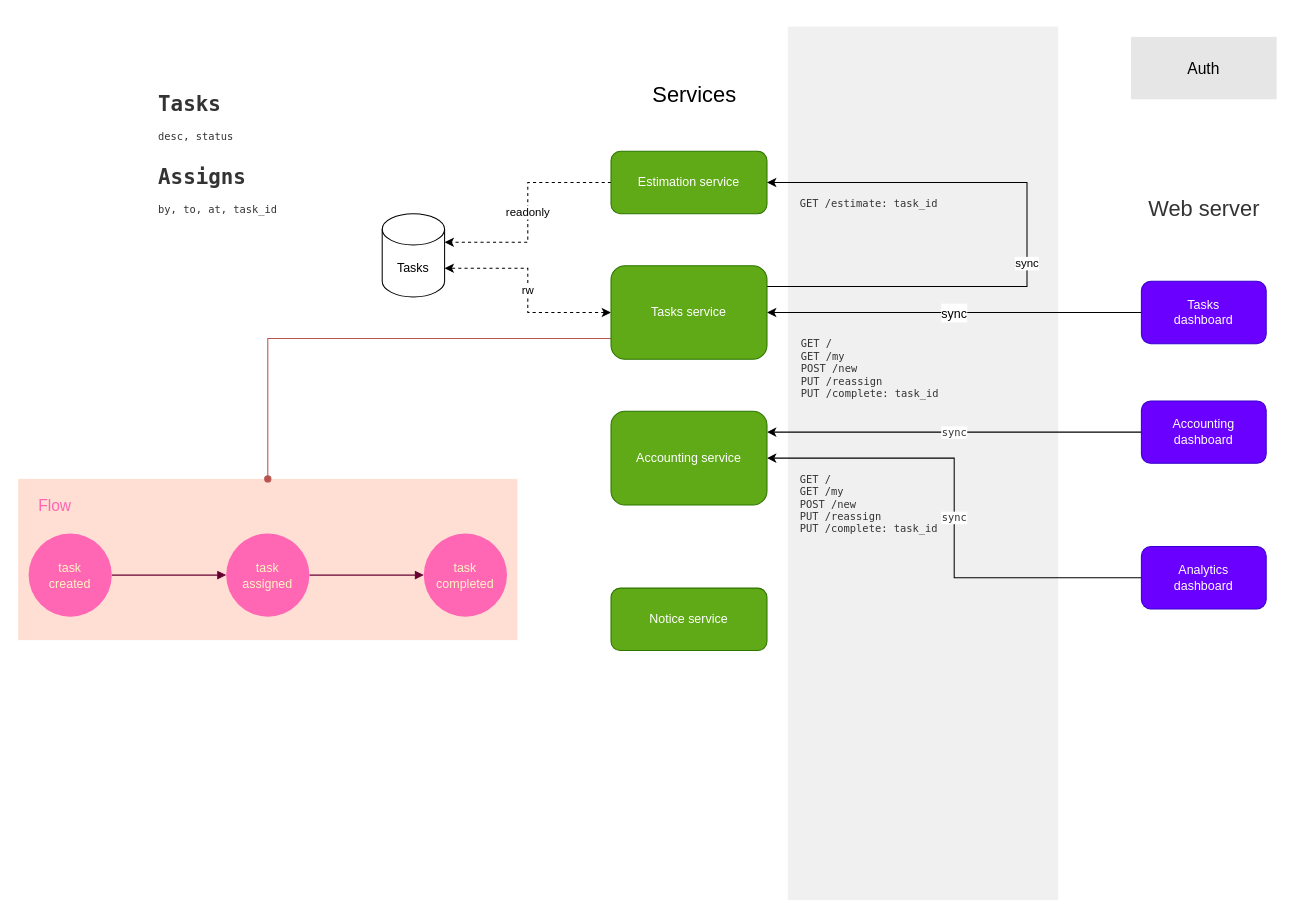
Before: Untitled Diagram.drawio in Dezzpil/edu-aTES, a draw.io diagram. Source tidied: cells renumbered, new cells numbered last; positions are measured from the earlier drawing's top-left corner, leaving out a move shared by most shapes. Both pictures are drawn from the tidied source at 104%, with x=0, y=0 at pixel (18, 26).
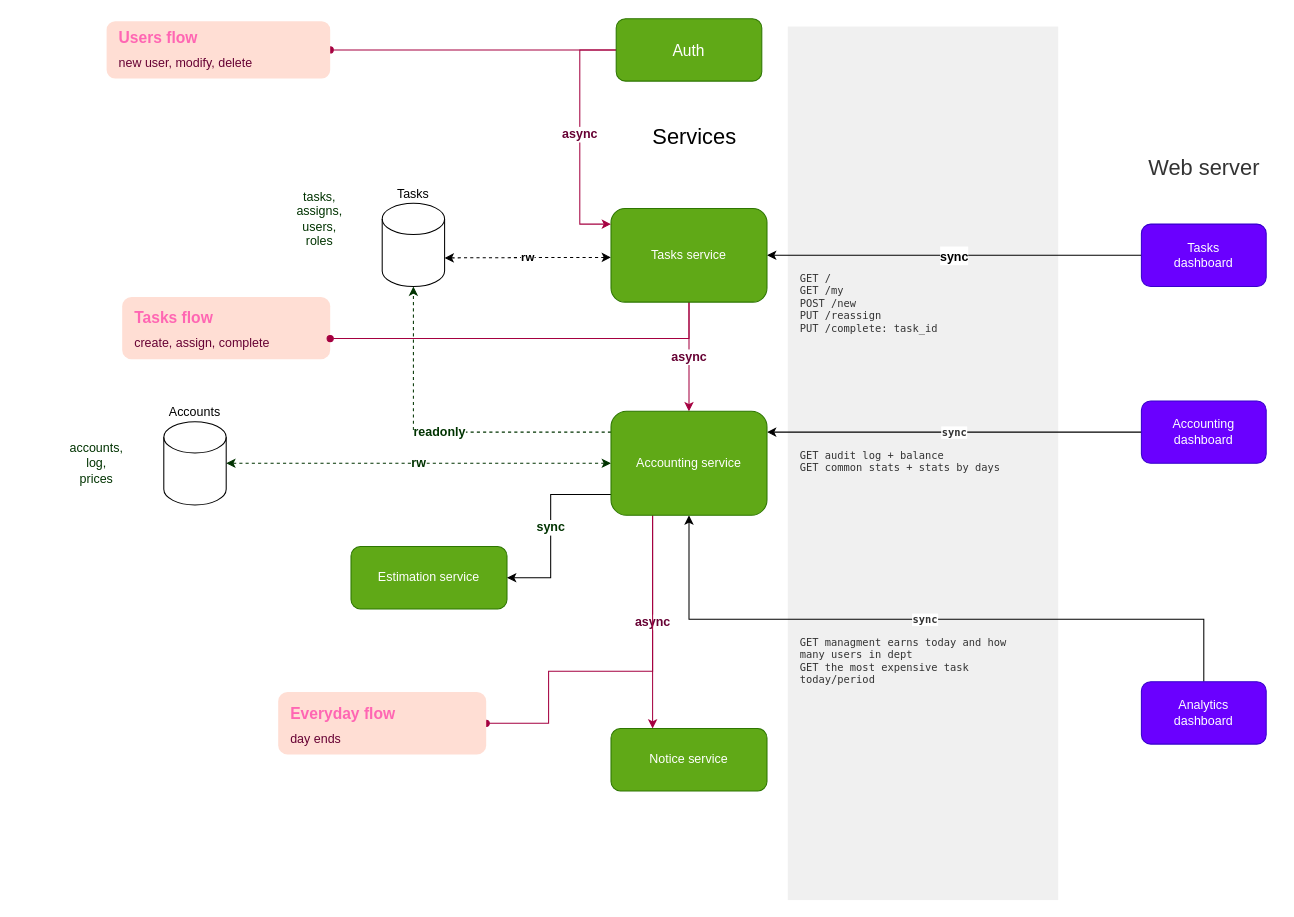
Above is the later version.

Unchanged cells that the change refers to:
```xml
<mxCell id="8" value="&lt;div&gt;Accounting&lt;/div&gt;&lt;div&gt;dashboard&lt;br&gt;&lt;/div&gt;" style="rounded=1;whiteSpace=wrap;html=1;fillColor=#6a00ff;fontColor=#ffffff;strokeColor=#3700CC;" parent="1" vertex="1">
  <mxGeometry x="1080" y="360" width="120" height="60" as="geometry" />
</mxCell>
```

Diff of the diagram source:
```diff
@@
-    <mxCell id="2" style="rounded=0;whiteSpace=wrap;html=1;shadow=0;fontFamily=Lucida Console;fontSize=10;fontColor=#333333;strokeColor=none;fillColor=#FFDED4;" parent="1" vertex="1">
-      <mxGeometry y="435" width="480" height="155" as="geometry" />
+    <mxCell id="2" style="rounded=1;whiteSpace=wrap;html=1;shadow=0;fontFamily=Lucida Console;fontSize=10;fontColor=#333333;strokeColor=none;fillColor=#FFDED4;" parent="1" vertex="1">
+      <mxGeometry x="100" y="260" width="200" height="60" as="geometry" />
     </mxCell>
@@
-    <mxCell id="4" value="Flow" style="text;html=1;align=center;verticalAlign=middle;strokeColor=none;fillColor=none;fontSize=15;fontColor=#FF66B3;" parent="1" vertex="1">
-      <mxGeometry x="10" y="450" width="50" height="20" as="geometry" />
+    <mxCell id="4" value="Tasks flow" style="text;html=1;align=left;verticalAlign=middle;strokeColor=none;fillColor=none;fontSize=15;fontColor=#FF66B3;fontStyle=1;" parent="1" vertex="1">
+      <mxGeometry x="110" y="270" width="90" height="20" as="geometry" />
     </mxCell>
-    <mxCell id="5" value="&lt;font style=&quot;font-size: 12px&quot;&gt;sync&lt;/font&gt;" style="edgeStyle=orthogonalEdgeStyle;rounded=0;jettySize=auto;html=1;entryX=1;entryY=0.5;entryDx=0;entryDy=0;fontSize=15;startArrow=none;startFill=0;" parent="1" edge="1" source="6" target="20">
+    <mxCell id="5" value="&lt;font style=&quot;font-size: 12px&quot;&gt;sync&lt;/font&gt;" style="edgeStyle=orthogonalEdgeStyle;rounded=0;jettySize=auto;html=1;entryX=1;entryY=0.5;entryDx=0;entryDy=0;fontSize=15;startArrow=none;startFill=0;fontStyle=1;" parent="1" edge="1" source="6" target="20">
       <mxGeometry relative="1" as="geometry" />
     </mxCell>
     <mxCell id="6" value="&lt;div&gt;Tasks&lt;/div&gt;&lt;div&gt;dashboard&lt;br&gt;&lt;/div&gt;" style="rounded=1;whiteSpace=wrap;html=1;fillColor=#6a00ff;fontColor=#ffffff;strokeColor=#3700CC;" parent="1" vertex="1">
-      <mxGeometry x="1080" y="245" width="120" height="60" as="geometry" />
+      <mxGeometry x="1080" y="190" width="120" height="60" as="geometry" />
     </mxCell>
-    <mxCell id="7" value="sync" style="edgeStyle=orthogonalEdgeStyle;rounded=0;jettySize=auto;html=1;fontFamily=Lucida Console;fontSize=10;fontColor=#333333;startArrow=none;startFill=0;" parent="1" edge="1" source="8" target="25">
+    <mxCell id="7" value="sync" style="edgeStyle=orthogonalEdgeStyle;rounded=0;jettySize=auto;html=1;fontFamily=Lucida Console;fontSize=10;fontColor=#333333;startArrow=none;startFill=0;fontStyle=1;" parent="1" edge="1" source="8" target="25">
       <mxGeometry relative="1" as="geometry">
         <Array as="points">
           <mxPoint x="810" y="390" />
           <mxPoint x="810" y="390" />
         </Array>
       </mxGeometry>
     </mxCell>
@@
-    <mxCell id="9" value="sync" style="edgeStyle=orthogonalEdgeStyle;rounded=0;jettySize=auto;html=1;entryX=1;entryY=0.5;entryDx=0;entryDy=0;fontFamily=Lucida Console;fontSize=10;fontColor=#333333;startArrow=none;startFill=0;" parent="1" edge="1" source="10" target="25">
-      <mxGeometry relative="1" as="geometry" />
+    <mxCell id="9" value="sync" style="edgeStyle=orthogonalEdgeStyle;rounded=0;jettySize=auto;html=1;entryX=0.5;entryY=1;entryDx=0;entryDy=0;fontFamily=Lucida Console;fontSize=10;fontColor=#333333;startArrow=none;startFill=0;fontStyle=1;" parent="1" edge="1" source="10" target="25">
+      <mxGeometry relative="1" as="geometry">
+        <Array as="points">
+          <mxPoint x="1140" y="570" />
+          <mxPoint x="645" y="570" />
+        </Array>
+      </mxGeometry>
     </mxCell>
     <mxCell id="10" value="&lt;div&gt;Analytics&lt;/div&gt;&lt;div&gt;dashboard&lt;br&gt;&lt;/div&gt;" style="rounded=1;whiteSpace=wrap;html=1;fillColor=#6a00ff;fontColor=#ffffff;strokeColor=#3700CC;" parent="1" vertex="1">
-      <mxGeometry x="1080" y="500" width="120" height="60" as="geometry" />
+      <mxGeometry x="1080" y="630" width="120" height="60" as="geometry" />
     </mxCell>
-    <mxCell id="11" style="edgeStyle=orthogonalEdgeStyle;rounded=0;jettySize=auto;html=1;fontFamily=Helvetica;fontSize=21;fontColor=#333333;startArrow=none;startFill=0;endArrow=block;endFill=1;strokeColor=#660033;" parent="1" edge="1" source="12" target="30">
-      <mxGeometry relative="1" as="geometry" />
-    </mxCell>
-    <mxCell id="12" value="&lt;div&gt;task&lt;/div&gt;&lt;div&gt;assigned&lt;br&gt;&lt;/div&gt;" style="ellipse;whiteSpace=wrap;html=1;fillColor=#FF66B3;fontColor=#FFF4C3;strokeColor=none;" parent="1" vertex="1">
-      <mxGeometry x="200" y="487.5" width="80" height="80" as="geometry" />
-    </mxCell>
     <mxCell id="13" value="Services" style="text;html=1;align=center;verticalAlign=middle;strokeColor=none;fillColor=none;fontSize=21;" parent="1" vertex="1">
-      <mxGeometry x="600" y="50" width="100" height="30" as="geometry" />
+      <mxGeometry x="600" y="90" width="100" height="30" as="geometry" />
     </mxCell>
-    <mxCell id="14" value="readonly" style="edgeStyle=orthogonalEdgeStyle;rounded=0;jettySize=auto;html=1;entryX=1;entryY=0;entryDx=0;entryDy=27.5;entryPerimeter=0;dashed=1;startArrow=none;startFill=0;" parent="1" edge="1" source="15" target="22">
-      <mxGeometry relative="1" as="geometry" />
-    </mxCell>
     <mxCell id="15" value="Estimation service" style="rounded=1;whiteSpace=wrap;html=1;strokeColor=#2D7600;fillColor=#60a917;fontColor=#ffffff;" parent="1" vertex="1">
-      <mxGeometry x="570" y="120" width="150" height="60" as="geometry" />
+      <mxGeometry x="320" y="500" width="150" height="60" as="geometry" />
     </mxCell>
-    <mxCell id="16" style="edgeStyle=orthogonalEdgeStyle;rounded=0;jettySize=auto;html=1;" parent="1" edge="1" source="20" target="15">
-      <mxGeometry relative="1" as="geometry">
-        <Array as="points">
-          <mxPoint x="970" y="250" />
-          <mxPoint x="970" y="150" />
-        </Array>
-      </mxGeometry>
-    </mxCell>
-    <mxCell id="17" value="sync" style="edgeLabel;html=1;align=center;verticalAlign=middle;" parent="16" vertex="1">
-      <mxGeometry x="-0.09" y="1" relative="1" as="geometry" />
-    </mxCell>
-    <mxCell id="18" value="rw" style="edgeStyle=orthogonalEdgeStyle;rounded=0;jettySize=auto;html=1;entryX=1;entryY=0;entryDx=0;entryDy=52.5;entryPerimeter=0;dashed=1;startArrow=classic;startFill=1;" parent="1" edge="1" source="20" target="22">
-      <mxGeometry relative="1" as="geometry" />
+    <mxCell id="18" value="rw" style="edgeStyle=orthogonalEdgeStyle;rounded=0;jettySize=auto;html=1;entryX=1;entryY=0;entryDx=0;entryDy=52.5;entryPerimeter=0;dashed=1;startArrow=classic;startFill=1;fontStyle=1;" parent="1" edge="1" source="20" target="22">
+      <mxGeometry relative="1" as="geometry">
+        <Array as="points">
+          <mxPoint x="530" y="222" />
+          <mxPoint x="530" y="222" />
+        </Array>
+      </mxGeometry>
     </mxCell>
-    <mxCell id="19" style="edgeStyle=orthogonalEdgeStyle;rounded=0;jettySize=auto;html=1;fontFamily=Lucida Console;fontSize=10;fontColor=#FF66B3;startArrow=none;startFill=0;endArrow=oval;endFill=1;fillColor=#f8cecc;strokeColor=#b85450;" parent="1" edge="1" source="20" target="2">
+    <mxCell id="19" style="edgeStyle=orthogonalEdgeStyle;rounded=0;jettySize=auto;html=1;fontFamily=Lucida Console;fontSize=10;fontColor=#FF66B3;startArrow=none;startFill=0;endArrow=oval;endFill=1;fillColor=#d80073;strokeColor=#A50040;" parent="1" edge="1" source="20" target="2">
       <mxGeometry relative="1" as="geometry">
         <Array as="points">
           <mxPoint x="240" y="300" />
         </Array>
       </mxGeometry>
     </mxCell>
+    <mxCell id="34" value="async" style="edgeStyle=orthogonalEdgeStyle;rounded=0;jettySize=auto;html=1;fontFamily=Helvetica;fontSize=12;fontColor=#660033;startArrow=none;startFill=0;endArrow=classic;endFill=1;strokeColor=#A50040;fillColor=#d80073;fontStyle=1;" parent="1" edge="1" source="20" target="25">
+      <mxGeometry relative="1" as="geometry" />
+    </mxCell>
     <mxCell id="20" value="Tasks service" style="rounded=1;whiteSpace=wrap;html=1;strokeColor=#2D7600;fillColor=#60a917;fontColor=#ffffff;" parent="1" vertex="1">
-      <mxGeometry x="570" y="230" width="150" height="90" as="geometry" />
+      <mxGeometry x="570" y="175" width="150" height="90" as="geometry" />
     </mxCell>
-    <mxCell id="21" value="GET /estimate: task_id" style="text;html=1;align=left;verticalAlign=middle;strokeColor=none;fillColor=none;fontColor=#333333;fontFamily=Lucida Console;fontSize=10;" parent="1" vertex="1">
-      <mxGeometry x="750" y="160" width="150" height="20" as="geometry" />
-    </mxCell>
-    <mxCell id="22" value="Tasks " style="shape=cylinder3;whiteSpace=wrap;html=1;boundedLbl=1;backgroundOutline=1;size=15;rounded=0;strokeColor=default;" parent="1" vertex="1">
-      <mxGeometry x="350" y="180" width="60" height="80" as="geometry" />
+    <mxCell id="22" value="Tasks " style="shape=cylinder3;whiteSpace=wrap;html=1;boundedLbl=1;backgroundOutline=1;size=15;rounded=0;strokeColor=default;labelPosition=center;verticalLabelPosition=top;align=center;verticalAlign=bottom;" parent="1" vertex="1">
+      <mxGeometry x="350" y="170" width="60" height="80" as="geometry" />
     </mxCell>
+    <mxCell id="35" value="async" style="edgeStyle=orthogonalEdgeStyle;rounded=0;jettySize=auto;html=1;fontFamily=Helvetica;fontSize=12;fontColor=#660033;startArrow=none;startFill=0;endArrow=classic;endFill=1;strokeColor=#A50040;fillColor=#d80073;fontStyle=1;entryX=0;entryY=0.167;entryDx=0;entryDy=0;entryPerimeter=0;exitX=0;exitY=0.5;exitDx=0;exitDy=0;" parent="1" edge="1" source="23" target="20">
+      <mxGeometry relative="1" as="geometry">
+        <Array as="points">
+          <mxPoint x="540" y="23" />
+          <mxPoint x="540" y="190" />
+        </Array>
+      </mxGeometry>
+    </mxCell>
+    <mxCell id="36" style="edgeStyle=orthogonalEdgeStyle;rounded=0;jettySize=auto;html=1;fontFamily=Helvetica;fontSize=12;fontColor=#003300;startArrow=none;startFill=0;endArrow=oval;endFill=1;strokeColor=#A50040;fillColor=#d80073;" parent="1" edge="1" source="23" target="43">
+      <mxGeometry relative="1" as="geometry" />
+    </mxCell>
-    <mxCell id="23" value="&lt;div&gt;Auth&lt;/div&gt;" style="rounded=0;whiteSpace=wrap;html=1;fontSize=15;strokeColor=none;fillColor=#E6E6E6;" parent="1" vertex="1">
-      <mxGeometry x="1070" y="10" width="140" height="60" as="geometry" />
+    <mxCell id="23" value="&lt;div&gt;Auth&lt;/div&gt;" style="rounded=1;whiteSpace=wrap;html=1;fontSize=15;strokeColor=#2D7600;fillColor=#60a917;fontColor=#ffffff;" parent="1" vertex="1">
+      <mxGeometry x="575" y="-7.5" width="140" height="60" as="geometry" />
     </mxCell>
-    <mxCell id="24" value="&lt;div style=&quot;font-size: 10px;&quot;&gt;GET /&lt;/div&gt;&lt;div style=&quot;font-size: 10px;&quot;&gt;GET /my&lt;br style=&quot;font-size: 10px;&quot;&gt;&lt;/div&gt;&lt;div style=&quot;font-size: 10px;&quot;&gt;POST /new&lt;/div&gt;&lt;div style=&quot;font-size: 10px;&quot;&gt;PUT /reassign&lt;/div&gt;&lt;div style=&quot;font-size: 10px;&quot;&gt;PUT /complete: task_id&lt;br style=&quot;font-size: 10px;&quot;&gt;&lt;/div&gt;&lt;div style=&quot;font-size: 10px;&quot;&gt;&lt;br style=&quot;font-size: 10px;&quot;&gt;&lt;/div&gt;" style="text;html=1;strokeColor=none;fillColor=none;align=left;verticalAlign=middle;whiteSpace=wrap;rounded=0;fontSize=10;fontColor=#333333;fontFamily=Lucida Console;" parent="1" vertex="1">
-      <mxGeometry x="751" y="290" width="190" height="90" as="geometry" />
+    <mxCell id="24" value="&lt;div style=&quot;font-size: 10px;&quot;&gt;GET /&lt;/div&gt;&lt;div style=&quot;font-size: 10px;&quot;&gt;GET /my&lt;br style=&quot;font-size: 10px;&quot;&gt;&lt;/div&gt;&lt;div style=&quot;font-size: 10px;&quot;&gt;POST /new&lt;/div&gt;&lt;div style=&quot;font-size: 10px;&quot;&gt;PUT /reassign&lt;/div&gt;&lt;div style=&quot;font-size: 10px;&quot;&gt;PUT /complete: task_id&lt;br style=&quot;font-size: 10px;&quot;&gt;&lt;/div&gt;&lt;div style=&quot;font-size: 10px;&quot;&gt;&lt;br style=&quot;font-size: 10px;&quot;&gt;&lt;/div&gt;" style="text;html=1;strokeColor=none;fillColor=none;align=left;verticalAlign=top;whiteSpace=wrap;rounded=0;fontSize=10;fontColor=#333333;fontFamily=Lucida Console;labelPosition=center;verticalLabelPosition=middle;" parent="1" vertex="1">
+      <mxGeometry x="750" y="230" width="190" height="90" as="geometry" />
     </mxCell>
+    <mxCell id="37" value="rw" style="edgeStyle=orthogonalEdgeStyle;rounded=0;jettySize=auto;html=1;entryX=1;entryY=0.5;entryDx=0;entryDy=0;entryPerimeter=0;fontFamily=Helvetica;fontSize=12;fontColor=#003300;startArrow=classic;startFill=1;endArrow=classic;endFill=1;strokeColor=#003300;dashed=1;fontStyle=1;" parent="1" edge="1" source="25" target="40">
+      <mxGeometry relative="1" as="geometry" />
+    </mxCell>
+    <mxCell id="14" value="readonly" style="edgeStyle=orthogonalEdgeStyle;rounded=0;jettySize=auto;html=1;entryX=0.5;entryY=1;entryDx=0;entryDy=0;entryPerimeter=0;dashed=1;fontFamily=Helvetica;fontSize=12;fontColor=#003300;startArrow=none;startFill=0;endArrow=classic;endFill=1;strokeColor=#003300;fontStyle=1;" parent="1" edge="1" source="25" target="22">
+      <mxGeometry relative="1" as="geometry">
+        <Array as="points">
+          <mxPoint x="380" y="390" />
+        </Array>
+      </mxGeometry>
+    </mxCell>
+    <mxCell id="17" value="sync" style="edgeStyle=orthogonalEdgeStyle;rounded=0;jettySize=auto;html=1;entryX=1;entryY=0.5;entryDx=0;entryDy=0;fontFamily=Helvetica;fontSize=12;fontColor=#003300;startArrow=none;startFill=0;endArrow=classic;endFill=1;strokeColor=#000000;fontStyle=1;" parent="1" edge="1" source="25" target="15">
+      <mxGeometry relative="1" as="geometry">
+        <Array as="points">
+          <mxPoint x="512" y="450" />
+          <mxPoint x="512" y="530" />
+        </Array>
+      </mxGeometry>
+    </mxCell>
+    <mxCell id="38" value="async" style="edgeStyle=orthogonalEdgeStyle;rounded=0;jettySize=auto;html=1;fontFamily=Helvetica;fontSize=12;fontColor=#660033;startArrow=none;startFill=0;endArrow=classic;endFill=1;strokeColor=#A50040;fillColor=#d80073;align=center;fontStyle=1;" parent="1" edge="1" source="25" target="26">
+      <mxGeometry relative="1" as="geometry">
+        <Array as="points">
+          <mxPoint x="610" y="570" />
+          <mxPoint x="610" y="570" />
+        </Array>
+      </mxGeometry>
+    </mxCell>
+    <mxCell id="39" style="edgeStyle=orthogonalEdgeStyle;rounded=0;jettySize=auto;html=1;fontFamily=Helvetica;fontSize=12;fontColor=#660033;startArrow=none;startFill=0;endArrow=oval;endFill=1;strokeColor=#A50040;fillColor=#d80073;" parent="1" edge="1" source="25" target="47">
+      <mxGeometry relative="1" as="geometry">
+        <Array as="points">
+          <mxPoint x="610" y="620" />
+          <mxPoint x="510" y="620" />
+          <mxPoint x="510" y="670" />
+        </Array>
+      </mxGeometry>
+    </mxCell>
     <mxCell id="25" value="Accounting service" style="rounded=1;whiteSpace=wrap;html=1;fontSize=12;strokeColor=#2D7600;fillColor=#60a917;fontColor=#ffffff;" parent="1" vertex="1">
-      <mxGeometry x="570" y="370" width="150" height="90" as="geometry" />
+      <mxGeometry x="570" y="370" width="150" height="100" as="geometry" />
     </mxCell>
     <mxCell id="26" value="Notice service" style="rounded=1;whiteSpace=wrap;html=1;fontSize=12;strokeColor=#2D7600;fillColor=#60a917;fontColor=#ffffff;" parent="1" vertex="1">
-      <mxGeometry x="570" y="540" width="150" height="60" as="geometry" />
+      <mxGeometry x="570" y="675" width="150" height="60" as="geometry" />
     </mxCell>
-    <mxCell id="27" value="&lt;h1&gt;Tasks&lt;/h1&gt;&lt;p&gt;desc, status&lt;br&gt;&lt;/p&gt;" style="text;html=1;strokeColor=none;fillColor=none;spacing=5;spacingTop=-20;whiteSpace=wrap;overflow=hidden;rounded=0;shadow=0;fontFamily=Lucida Console;fontSize=10;fontColor=#333333;" parent="1" vertex="1">
-      <mxGeometry x="130" y="60" width="190" height="60" as="geometry" />
-    </mxCell>
-    <mxCell id="28" value="&lt;h1&gt;Assigns&lt;/h1&gt;&lt;div&gt;by, to, at, task_id&lt;br&gt;&lt;/div&gt;" style="text;html=1;strokeColor=none;fillColor=none;spacing=5;spacingTop=-20;whiteSpace=wrap;overflow=hidden;rounded=0;shadow=0;fontFamily=Lucida Console;fontSize=10;fontColor=#333333;" parent="1" vertex="1">
-      <mxGeometry x="130" y="130" width="190" height="55" as="geometry" />
-    </mxCell>
-    <mxCell id="29" value="&lt;div style=&quot;font-size: 10px;&quot;&gt;GET /&lt;/div&gt;&lt;div style=&quot;font-size: 10px;&quot;&gt;GET /my&lt;br style=&quot;font-size: 10px;&quot;&gt;&lt;/div&gt;&lt;div style=&quot;font-size: 10px;&quot;&gt;POST /new&lt;/div&gt;&lt;div style=&quot;font-size: 10px;&quot;&gt;PUT /reassign&lt;/div&gt;&lt;div style=&quot;font-size: 10px;&quot;&gt;PUT /complete: task_id&lt;br style=&quot;font-size: 10px;&quot;&gt;&lt;/div&gt;&lt;div style=&quot;font-size: 10px;&quot;&gt;&lt;br style=&quot;font-size: 10px;&quot;&gt;&lt;/div&gt;" style="text;html=1;strokeColor=none;fillColor=none;align=left;verticalAlign=middle;whiteSpace=wrap;rounded=0;fontSize=10;fontColor=#333333;fontFamily=Lucida Console;" parent="1" vertex="1">
-      <mxGeometry x="750" y="420" width="190" height="90" as="geometry" />
+    <mxCell id="29" value="&lt;div&gt;GET audit log + balance&lt;/div&gt;&lt;div&gt;GET common stats + stats by days&lt;br&gt;&lt;/div&gt;&lt;div&gt;&lt;br&gt;&lt;/div&gt;" style="text;html=1;strokeColor=none;fillColor=none;align=left;verticalAlign=top;whiteSpace=wrap;rounded=0;fontSize=10;fontColor=#333333;fontFamily=Lucida Console;" parent="1" vertex="1">
+      <mxGeometry x="750" y="400" width="220" height="130" as="geometry" />
     </mxCell>
-    <mxCell id="30" value="&lt;div&gt;task&lt;/div&gt;&lt;div&gt;completed&lt;br&gt;&lt;/div&gt;" style="ellipse;whiteSpace=wrap;html=1;fillColor=#FF66B3;fontColor=#FFF4C3;strokeColor=none;" parent="1" vertex="1">
-      <mxGeometry x="390" y="487.5" width="80" height="80" as="geometry" />
-    </mxCell>
-    <mxCell id="31" style="edgeStyle=orthogonalEdgeStyle;rounded=0;jettySize=auto;html=1;fontFamily=Helvetica;fontSize=21;fontColor=#333333;startArrow=none;startFill=0;endArrow=block;endFill=1;strokeColor=#660033;" parent="1" edge="1" source="32" target="12">
-      <mxGeometry relative="1" as="geometry" />
-    </mxCell>
-    <mxCell id="32" value="&lt;div&gt;task&lt;/div&gt;&lt;div&gt;created&lt;br&gt;&lt;/div&gt;" style="ellipse;whiteSpace=wrap;html=1;fillColor=#FF66B3;fontColor=#FFF4C3;strokeColor=none;" parent="1" vertex="1">
-      <mxGeometry x="10" y="487.5" width="80" height="80" as="geometry" />
-    </mxCell>
     <mxCell id="33" value="Web server" style="text;html=1;align=center;verticalAlign=middle;strokeColor=none;fillColor=none;fontSize=21;fontFamily=Helvetica;fontColor=#333333;" parent="1" vertex="1">
-      <mxGeometry x="1080" y="160" width="120" height="30" as="geometry" />
+      <mxGeometry x="1080" y="120" width="120" height="30" as="geometry" />
     </mxCell>
+    <mxCell id="40" value="Accounts" style="shape=cylinder3;whiteSpace=wrap;html=1;boundedLbl=1;backgroundOutline=1;size=15;rounded=0;strokeColor=default;labelPosition=center;verticalLabelPosition=top;align=center;verticalAlign=bottom;" parent="1" vertex="1">
+      <mxGeometry x="140" y="380" width="60" height="80" as="geometry" />
+    </mxCell>
+    <mxCell id="41" value="&lt;div&gt;tasks, assigns,&lt;/div&gt;&lt;div&gt;users,&lt;/div&gt;&lt;div&gt;roles&lt;br&gt;&lt;/div&gt;" style="text;html=1;strokeColor=none;fillColor=none;align=center;verticalAlign=middle;whiteSpace=wrap;rounded=0;shadow=0;fontFamily=Helvetica;fontSize=12;fontColor=#003300;" parent="1" vertex="1">
+      <mxGeometry x="260" y="160" width="60" height="50" as="geometry" />
+    </mxCell>
+    <mxCell id="42" value="&lt;div&gt;accounts,&lt;/div&gt;&lt;div&gt;log, &lt;br&gt;&lt;/div&gt;&lt;div&gt;prices&lt;/div&gt;" style="text;html=1;align=center;verticalAlign=middle;strokeColor=none;fillColor=none;fontSize=12;fontFamily=Helvetica;fontColor=#003300;" parent="1" vertex="1">
+      <mxGeometry x="40" y="395" width="70" height="50" as="geometry" />
+    </mxCell>
+    <mxCell id="43" style="rounded=1;whiteSpace=wrap;html=1;shadow=0;fontFamily=Lucida Console;fontSize=10;fontColor=#333333;strokeColor=none;fillColor=#FFDED4;" parent="1" vertex="1">
+      <mxGeometry x="85" y="-5" width="215" height="55" as="geometry" />
+    </mxCell>
+    <mxCell id="44" value="Users flow" style="text;html=1;align=left;verticalAlign=middle;strokeColor=none;fillColor=none;fontSize=15;fontColor=#FF66B3;fontStyle=1;" parent="1" vertex="1">
+      <mxGeometry x="95" width="90" height="20" as="geometry" />
+    </mxCell>
+    <mxCell id="45" value="new user, modify, delete" style="text;html=1;strokeColor=none;fillColor=none;align=left;verticalAlign=middle;whiteSpace=wrap;rounded=0;shadow=0;fontFamily=Helvetica;fontSize=12;fontColor=#660033;" parent="1" vertex="1">
+      <mxGeometry x="95" y="20" width="185" height="30" as="geometry" />
+    </mxCell>
+    <mxCell id="46" value="create, assign, complete" style="text;html=1;strokeColor=none;fillColor=none;align=left;verticalAlign=middle;whiteSpace=wrap;rounded=0;shadow=0;fontFamily=Helvetica;fontSize=12;fontColor=#660033;" parent="1" vertex="1">
+      <mxGeometry x="110" y="290" width="180" height="30" as="geometry" />
+    </mxCell>
+    <mxCell id="47" style="rounded=1;whiteSpace=wrap;html=1;shadow=0;fontFamily=Lucida Console;fontSize=10;fontColor=#333333;strokeColor=none;fillColor=#FFDED4;" parent="1" vertex="1">
+      <mxGeometry x="250" y="640" width="200" height="60" as="geometry" />
+    </mxCell>
+    <mxCell id="48" value="Everyday flow" style="text;html=1;align=left;verticalAlign=middle;strokeColor=none;fillColor=none;fontSize=15;fontColor=#FF66B3;fontStyle=1;" parent="1" vertex="1">
+      <mxGeometry x="260" y="650" width="120" height="20" as="geometry" />
+    </mxCell>
+    <mxCell id="49" value="day ends" style="text;html=1;strokeColor=none;fillColor=none;align=left;verticalAlign=middle;whiteSpace=wrap;rounded=0;shadow=0;fontFamily=Helvetica;fontSize=12;fontColor=#660033;" parent="1" vertex="1">
+      <mxGeometry x="260" y="670" width="180" height="30" as="geometry" />
+    </mxCell>
+    <mxCell id="50" value="&lt;div&gt;GET managment earns today and how many users in dept&lt;/div&gt;&lt;div&gt;GET the most expensive task today/period&lt;br&gt;&lt;/div&gt;" style="text;html=1;strokeColor=none;fillColor=none;align=left;verticalAlign=top;whiteSpace=wrap;rounded=0;fontSize=10;fontColor=#333333;fontFamily=Lucida Console;" parent="1" vertex="1">
+      <mxGeometry x="750" y="580" width="220" height="130" as="geometry" />
+    </mxCell>
```
